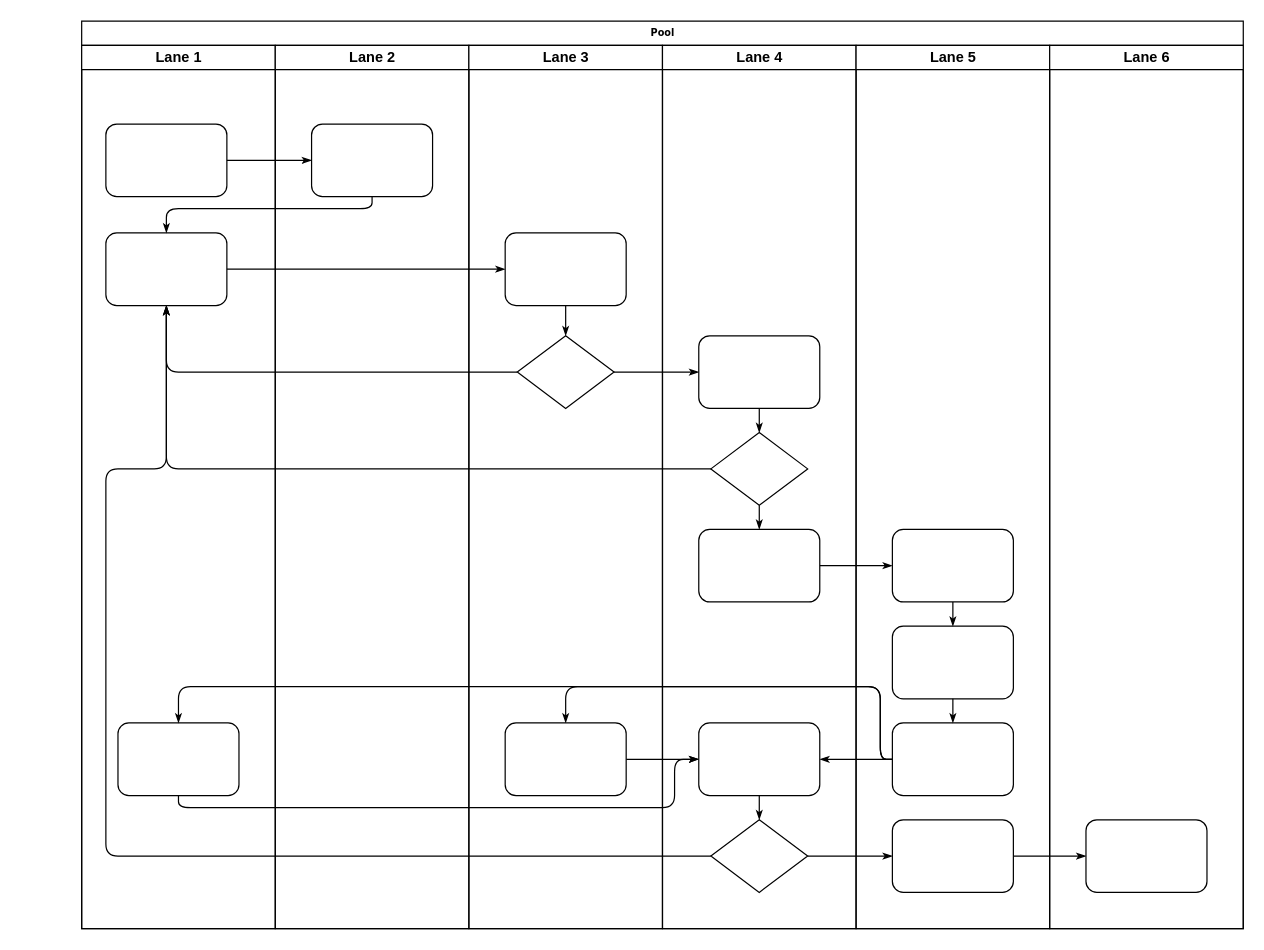
Above: BL.drawio in huangdamon/taobao_catch (draw.io), before the change. Source tidied: cells renumbered, new cells numbered last; positions are measured from the earlier drawing's top-left corner, leaving out a move shared by most shapes. Both pictures are drawn from the tidied source at 121%, with x=0, y=0 at pixel (81, 21).
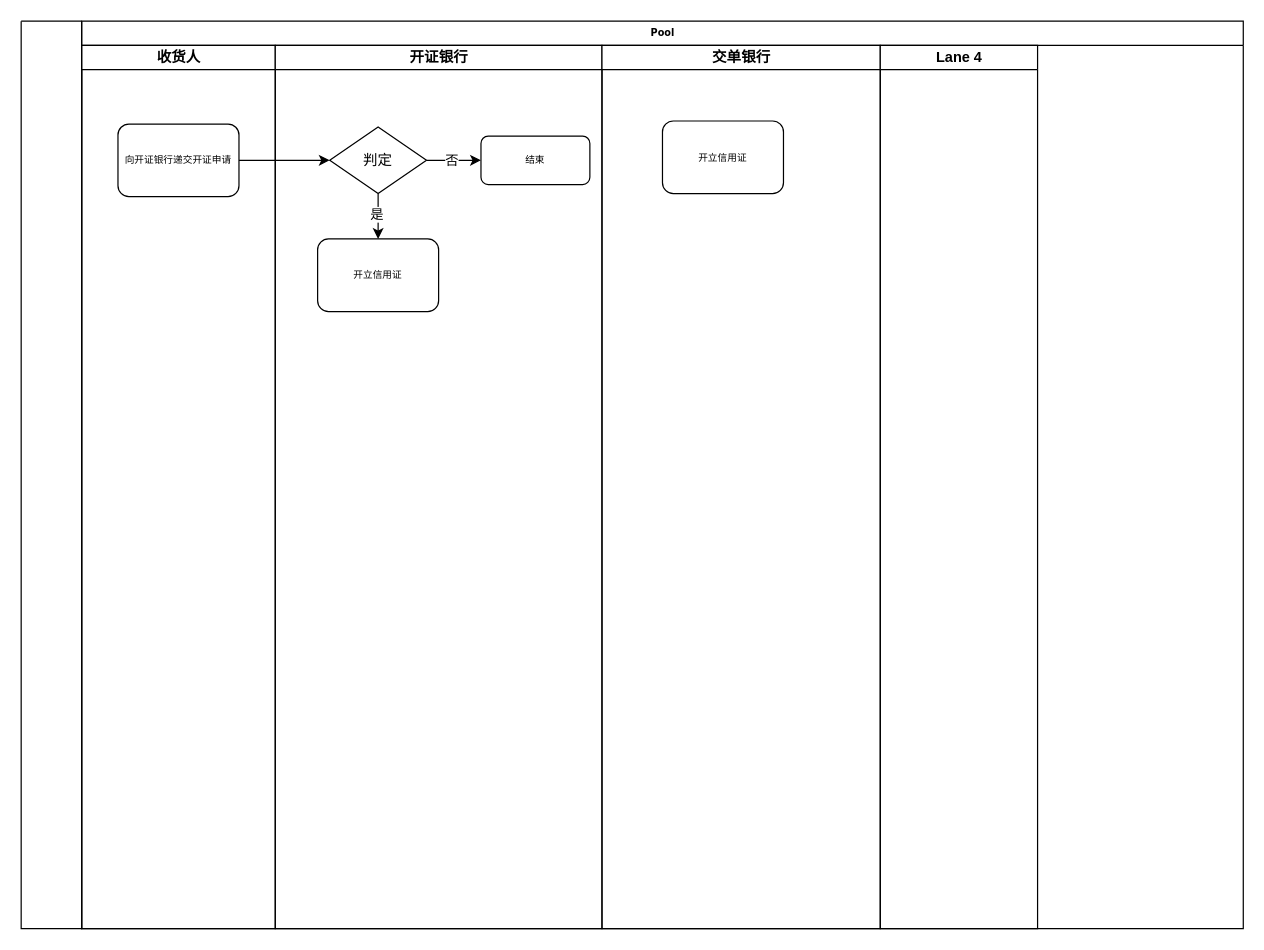
After the change.

Unchanged cells that the change refers to:
```xml
<mxCell id="2" value="Pool" style="swimlane;html=1;startSize=20;rounded=0;shadow=0;labelBackgroundColor=none;strokeWidth=1;fontFamily=Verdana;fontSize=8;align=center;" parent="1" vertex="1">
  <mxGeometry width="960" height="750" as="geometry" />
</mxCell>
```

The edit, as a diff of the source:
```diff
@@
-    <mxCell id="3" value="Lane 1" style="swimlane;html=1;startSize=20;" parent="2" vertex="1">
+    <mxCell id="3" value="收货人" style="swimlane;html=1;startSize=20;" parent="2" vertex="1">
       <mxGeometry y="20" width="160" height="730" as="geometry" />
     </mxCell>
-    <mxCell id="4" style="rounded=1;whiteSpace=wrap;html=1;shadow=0;labelBackgroundColor=none;strokeWidth=1;fontFamily=Verdana;fontSize=8;align=center;" parent="3" vertex="1">
-      <mxGeometry x="20" y="65" width="100" height="60" as="geometry" />
+    <mxCell id="4" value="向开证银行递交开证申请" style="rounded=1;whiteSpace=wrap;html=1;shadow=0;labelBackgroundColor=none;strokeWidth=1;fontFamily=Verdana;fontSize=8;align=center;" parent="3" vertex="1">
+      <mxGeometry x="30" y="65" width="100" height="60" as="geometry" />
     </mxCell>
-    <mxCell id="5" style="rounded=1;whiteSpace=wrap;html=1;shadow=0;labelBackgroundColor=none;strokeWidth=1;fontFamily=Verdana;fontSize=8;align=center;" parent="3" vertex="1">
-      <mxGeometry x="20" y="155" width="100" height="60" as="geometry" />
-    </mxCell>
-    <mxCell id="6" style="rounded=1;whiteSpace=wrap;html=1;shadow=0;labelBackgroundColor=none;strokeWidth=1;fontFamily=Verdana;fontSize=8;align=center;" parent="3" vertex="1">
-      <mxGeometry x="30" y="560" width="100" height="60" as="geometry" />
-    </mxCell>
-    <mxCell id="7" style="edgeStyle=orthogonalEdgeStyle;rounded=1;html=1;labelBackgroundColor=none;startArrow=none;startFill=0;startSize=5;endArrow=classicThin;endFill=1;endSize=5;jettySize=auto;strokeWidth=1;fontFamily=Verdana;fontSize=8;" parent="2" edge="1" source="4" target="23">
-      <mxGeometry relative="1" as="geometry" />
-    </mxCell>
-    <mxCell id="8" style="edgeStyle=orthogonalEdgeStyle;rounded=1;html=1;labelBackgroundColor=none;startArrow=none;startFill=0;startSize=5;endArrow=classicThin;endFill=1;endSize=5;jettySize=auto;strokeWidth=1;fontFamily=Verdana;fontSize=8;" parent="2" edge="1" source="23" target="5">
-      <mxGeometry relative="1" as="geometry">
-        <Array as="points">
-          <mxPoint x="240" y="155" />
-          <mxPoint x="70" y="155" />
-        </Array>
-      </mxGeometry>
-    </mxCell>
-    <mxCell id="9" style="edgeStyle=orthogonalEdgeStyle;rounded=1;html=1;labelBackgroundColor=none;startArrow=none;startFill=0;startSize=5;endArrow=classicThin;endFill=1;endSize=5;jettySize=auto;strokeWidth=1;fontFamily=Verdana;fontSize=8;" parent="2" edge="1" source="5" target="25">
-      <mxGeometry relative="1" as="geometry" />
-    </mxCell>
-    <mxCell id="10" style="edgeStyle=orthogonalEdgeStyle;rounded=1;html=1;labelBackgroundColor=none;startArrow=none;startFill=0;startSize=5;endArrow=classicThin;endFill=1;endSize=5;jettySize=auto;strokeWidth=1;fontFamily=Verdana;fontSize=8;" parent="2" edge="1" source="26" target="5">
-      <mxGeometry relative="1" as="geometry" />
-    </mxCell>
-    <mxCell id="11" style="edgeStyle=orthogonalEdgeStyle;rounded=1;html=1;labelBackgroundColor=none;startArrow=none;startFill=0;startSize=5;endArrow=classicThin;endFill=1;endSize=5;jettySize=auto;strokeWidth=1;fontFamily=Verdana;fontSize=8;" parent="2" edge="1" source="31" target="5">
-      <mxGeometry relative="1" as="geometry" />
-    </mxCell>
-    <mxCell id="12" style="edgeStyle=orthogonalEdgeStyle;rounded=1;html=1;labelBackgroundColor=none;startArrow=none;startFill=0;startSize=5;endArrow=classicThin;endFill=1;endSize=5;jettySize=auto;strokeWidth=1;fontFamily=Verdana;fontSize=8;" parent="2" edge="1" source="34" target="5">
-      <mxGeometry relative="1" as="geometry">
-        <Array as="points">
-          <mxPoint x="20" y="690" />
-          <mxPoint x="20" y="370" />
-          <mxPoint x="70" y="370" />
-        </Array>
-      </mxGeometry>
-    </mxCell>
-    <mxCell id="13" style="edgeStyle=orthogonalEdgeStyle;rounded=1;html=1;labelBackgroundColor=none;startArrow=none;startFill=0;startSize=5;endArrow=classicThin;endFill=1;endSize=5;jettySize=auto;strokeWidth=1;fontFamily=Verdana;fontSize=8;" parent="2" edge="1" source="26" target="30">
-      <mxGeometry relative="1" as="geometry" />
-    </mxCell>
-    <mxCell id="14" style="edgeStyle=orthogonalEdgeStyle;rounded=1;html=1;labelBackgroundColor=none;startArrow=none;startFill=0;startSize=5;endArrow=classicThin;endFill=1;endSize=5;jettySize=auto;strokeWidth=1;fontFamily=Verdana;fontSize=8;" parent="2" edge="1" source="34" target="42">
-      <mxGeometry relative="1" as="geometry" />
-    </mxCell>
-    <mxCell id="15" style="edgeStyle=orthogonalEdgeStyle;rounded=1;html=1;labelBackgroundColor=none;startArrow=none;startFill=0;startSize=5;endArrow=classicThin;endFill=1;endSize=5;jettySize=auto;strokeWidth=1;fontFamily=Verdana;fontSize=8;" parent="2" edge="1" source="42" target="46">
-      <mxGeometry relative="1" as="geometry" />
-    </mxCell>
-    <mxCell id="16" style="edgeStyle=orthogonalEdgeStyle;rounded=1;html=1;labelBackgroundColor=none;startArrow=none;startFill=0;startSize=5;endArrow=classicThin;endFill=1;endSize=5;jettySize=auto;strokeWidth=1;fontFamily=Verdana;fontSize=8;" parent="2" edge="1" source="32" target="39">
-      <mxGeometry relative="1" as="geometry" />
-    </mxCell>
-    <mxCell id="17" style="edgeStyle=orthogonalEdgeStyle;rounded=1;html=1;labelBackgroundColor=none;startArrow=none;startFill=0;startSize=5;endArrow=classicThin;endFill=1;endSize=5;jettySize=auto;strokeWidth=1;fontFamily=Verdana;fontSize=8;" parent="2" edge="1" source="41" target="27">
-      <mxGeometry relative="1" as="geometry">
-        <Array as="points">
-          <mxPoint x="660" y="610" />
-          <mxPoint x="660" y="550" />
-          <mxPoint x="400" y="550" />
-        </Array>
-      </mxGeometry>
-    </mxCell>
-    <mxCell id="18" style="edgeStyle=orthogonalEdgeStyle;rounded=1;html=1;labelBackgroundColor=none;startArrow=none;startFill=0;startSize=5;endArrow=classicThin;endFill=1;endSize=5;jettySize=auto;strokeColor=#000000;strokeWidth=1;fontFamily=Verdana;fontSize=8;fontColor=#000000;" parent="2" edge="1" source="41" target="33">
-      <mxGeometry relative="1" as="geometry" />
-    </mxCell>
-    <mxCell id="19" style="edgeStyle=orthogonalEdgeStyle;rounded=1;html=1;labelBackgroundColor=none;startArrow=none;startFill=0;startSize=5;endArrow=classicThin;endFill=1;endSize=5;jettySize=auto;strokeWidth=1;fontFamily=Verdana;fontSize=8;" parent="2" edge="1" source="41" target="6">
-      <mxGeometry relative="1" as="geometry">
-        <Array as="points">
-          <mxPoint x="660" y="610" />
-          <mxPoint x="660" y="550" />
-          <mxPoint x="80" y="550" />
-        </Array>
-      </mxGeometry>
-    </mxCell>
-    <mxCell id="20" style="edgeStyle=orthogonalEdgeStyle;rounded=1;html=1;labelBackgroundColor=none;startArrow=none;startFill=0;startSize=5;endArrow=classicThin;endFill=1;endSize=5;jettySize=auto;strokeWidth=1;fontFamily=Verdana;fontSize=8;" parent="2" edge="1" source="6" target="33">
-      <mxGeometry relative="1" as="geometry">
-        <Array as="points">
-          <mxPoint x="80" y="650" />
-          <mxPoint x="490" y="650" />
-          <mxPoint x="490" y="610" />
-        </Array>
-      </mxGeometry>
-    </mxCell>
-    <mxCell id="21" style="edgeStyle=orthogonalEdgeStyle;rounded=1;html=1;labelBackgroundColor=none;startArrow=none;startFill=0;startSize=5;endArrow=classicThin;endFill=1;endSize=5;jettySize=auto;strokeWidth=1;fontFamily=Verdana;fontSize=8;" parent="2" edge="1" source="27" target="33">
-      <mxGeometry relative="1" as="geometry" />
-    </mxCell>
-    <mxCell id="22" value="Lane 2" style="swimlane;html=1;startSize=20;" parent="2" vertex="1">
-      <mxGeometry x="160" y="20" width="160" height="730" as="geometry" />
+    <mxCell id="22" value="开证银行" style="swimlane;html=1;startSize=20;" parent="2" vertex="1">
+      <mxGeometry x="160" y="20" width="270" height="730" as="geometry" />
     </mxCell>
-    <mxCell id="23" style="rounded=1;whiteSpace=wrap;html=1;shadow=0;labelBackgroundColor=none;strokeWidth=1;fontFamily=Verdana;fontSize=8;align=center;" parent="22" vertex="1">
-      <mxGeometry x="30" y="65" width="100" height="60" as="geometry" />
-    </mxCell>
+    <mxCell id="47" style="edgeStyle=orthogonalEdgeStyle;rounded=0;jettySize=auto;html=1;exitX=1;exitY=0.5;exitDx=0;exitDy=0;entryX=0;entryY=0.5;entryDx=0;entryDy=0;" parent="22" edge="1" source="51" target="52">
+      <mxGeometry relative="1" as="geometry" />
+    </mxCell>
+    <mxCell id="48" value="否" style="edgeLabel;html=1;align=center;verticalAlign=middle;" parent="47" vertex="1">
+      <mxGeometry x="-0.11" y="1" relative="1" as="geometry" />
+    </mxCell>
+    <mxCell id="49" style="edgeStyle=orthogonalEdgeStyle;rounded=0;jettySize=auto;html=1;exitX=0.5;exitY=1;exitDx=0;exitDy=0;entryX=0.5;entryY=0;entryDx=0;entryDy=0;" parent="22" edge="1" source="51" target="53">
+      <mxGeometry relative="1" as="geometry" />
+    </mxCell>
+    <mxCell id="50" value="是" style="edgeLabel;html=1;align=center;verticalAlign=middle;" parent="49" vertex="1">
+      <mxGeometry x="-0.12" y="-2" relative="1" as="geometry" />
+    </mxCell>
+    <mxCell id="51" value="判定" style="rhombus;whiteSpace=wrap;html=1;" parent="22" vertex="1">
+      <mxGeometry x="45" y="67.5" width="80" height="55" as="geometry" />
+    </mxCell>
+    <mxCell id="52" value="结束" style="rounded=1;whiteSpace=wrap;html=1;shadow=0;labelBackgroundColor=none;strokeWidth=1;fontFamily=Verdana;fontSize=8;align=center;" parent="22" vertex="1">
+      <mxGeometry x="170" y="75" width="90" height="40" as="geometry" />
+    </mxCell>
+    <mxCell id="53" value="开立信用证" style="rounded=1;whiteSpace=wrap;html=1;shadow=0;labelBackgroundColor=none;strokeWidth=1;fontFamily=Verdana;fontSize=8;align=center;" parent="22" vertex="1">
+      <mxGeometry x="35" y="160" width="100" height="60" as="geometry" />
+    </mxCell>
-    <mxCell id="24" value="Lane 3" style="swimlane;html=1;startSize=20;" parent="2" vertex="1">
-      <mxGeometry x="320" y="20" width="160" height="730" as="geometry" />
+    <mxCell id="24" value="交单银行" style="swimlane;html=1;startSize=20;" parent="2" vertex="1">
+      <mxGeometry x="430" y="20" width="230" height="730" as="geometry" />
     </mxCell>
-    <mxCell id="25" style="rounded=1;whiteSpace=wrap;html=1;shadow=0;labelBackgroundColor=none;strokeWidth=1;fontFamily=Verdana;fontSize=8;align=center;" parent="24" vertex="1">
-      <mxGeometry x="30" y="155" width="100" height="60" as="geometry" />
-    </mxCell>
-    <mxCell id="26" style="rhombus;whiteSpace=wrap;html=1;rounded=0;shadow=0;labelBackgroundColor=none;strokeWidth=1;fontFamily=Verdana;fontSize=8;align=center;" parent="24" vertex="1">
-      <mxGeometry x="40" y="240" width="80" height="60" as="geometry" />
-    </mxCell>
-    <mxCell id="27" style="rounded=1;whiteSpace=wrap;html=1;shadow=0;labelBackgroundColor=none;strokeWidth=1;fontFamily=Verdana;fontSize=8;align=center;" parent="24" vertex="1">
-      <mxGeometry x="30" y="560" width="100" height="60" as="geometry" />
-    </mxCell>
-    <mxCell id="28" style="edgeStyle=orthogonalEdgeStyle;rounded=1;html=1;labelBackgroundColor=none;startArrow=none;startFill=0;startSize=5;endArrow=classicThin;endFill=1;endSize=5;jettySize=auto;strokeWidth=1;fontFamily=Verdana;fontSize=8;" parent="24" edge="1" source="25" target="26">
-      <mxGeometry relative="1" as="geometry" />
-    </mxCell>
+    <mxCell id="54" value="开立信用证" style="rounded=1;whiteSpace=wrap;html=1;shadow=0;labelBackgroundColor=none;strokeWidth=1;fontFamily=Verdana;fontSize=8;align=center;" parent="24" vertex="1">
+      <mxGeometry x="50" y="62.5" width="100" height="60" as="geometry" />
+    </mxCell>
+    <mxCell id="55" style="edgeStyle=orthogonalEdgeStyle;rounded=0;jettySize=auto;html=1;exitX=1;exitY=0.5;exitDx=0;exitDy=0;" parent="2" edge="1" source="4" target="51">
+      <mxGeometry relative="1" as="geometry" />
+    </mxCell>
     <mxCell id="29" value="Lane 4" style="swimlane;html=1;startSize=20;" parent="2" vertex="1">
-      <mxGeometry x="480" y="20" width="160" height="730" as="geometry" />
+      <mxGeometry x="660" y="20" width="130" height="730" as="geometry" />
     </mxCell>
-    <mxCell id="30" style="rounded=1;whiteSpace=wrap;html=1;shadow=0;labelBackgroundColor=none;strokeWidth=1;fontFamily=Verdana;fontSize=8;align=center;" parent="29" vertex="1">
-      <mxGeometry x="30" y="240" width="100" height="60" as="geometry" />
-    </mxCell>
-    <mxCell id="31" style="rhombus;whiteSpace=wrap;html=1;rounded=0;shadow=0;labelBackgroundColor=none;strokeWidth=1;fontFamily=Verdana;fontSize=8;align=center;" parent="29" vertex="1">
-      <mxGeometry x="40" y="320" width="80" height="60" as="geometry" />
-    </mxCell>
-    <mxCell id="32" style="rounded=1;whiteSpace=wrap;html=1;shadow=0;labelBackgroundColor=none;strokeWidth=1;fontFamily=Verdana;fontSize=8;align=center;" parent="29" vertex="1">
-      <mxGeometry x="30" y="400" width="100" height="60" as="geometry" />
-    </mxCell>
-    <mxCell id="33" style="rounded=1;whiteSpace=wrap;html=1;shadow=0;labelBackgroundColor=none;strokeWidth=1;fontFamily=Verdana;fontSize=8;align=center;" parent="29" vertex="1">
-      <mxGeometry x="30" y="560" width="100" height="60" as="geometry" />
-    </mxCell>
-    <mxCell id="34" style="rhombus;whiteSpace=wrap;html=1;rounded=0;shadow=0;labelBackgroundColor=none;strokeWidth=1;fontFamily=Verdana;fontSize=8;align=center;" parent="29" vertex="1">
-      <mxGeometry x="40" y="640" width="80" height="60" as="geometry" />
-    </mxCell>
-    <mxCell id="35" style="edgeStyle=orthogonalEdgeStyle;rounded=1;html=1;labelBackgroundColor=none;startArrow=none;startFill=0;startSize=5;endArrow=classicThin;endFill=1;endSize=5;jettySize=auto;strokeColor=#000000;strokeWidth=1;fontFamily=Verdana;fontSize=8;fontColor=#000000;" parent="29" edge="1" source="30" target="31">
-      <mxGeometry relative="1" as="geometry" />
-    </mxCell>
-    <mxCell id="36" style="edgeStyle=orthogonalEdgeStyle;rounded=1;html=1;labelBackgroundColor=none;startArrow=none;startFill=0;startSize=5;endArrow=classicThin;endFill=1;endSize=5;jettySize=auto;strokeWidth=1;fontFamily=Verdana;fontSize=8;" parent="29" edge="1" source="31" target="32">
-      <mxGeometry relative="1" as="geometry" />
-    </mxCell>
-    <mxCell id="37" style="edgeStyle=orthogonalEdgeStyle;rounded=1;html=1;labelBackgroundColor=none;startArrow=none;startFill=0;startSize=5;endArrow=classicThin;endFill=1;endSize=5;jettySize=auto;strokeWidth=1;fontFamily=Verdana;fontSize=8;" parent="29" edge="1" source="33" target="34">
-      <mxGeometry relative="1" as="geometry" />
-    </mxCell>
-    <mxCell id="38" value="Lane 5" style="swimlane;html=1;startSize=20;" parent="2" vertex="1">
-      <mxGeometry x="640" y="20" width="160" height="730" as="geometry" />
-    </mxCell>
-    <mxCell id="39" style="rounded=1;whiteSpace=wrap;html=1;shadow=0;labelBackgroundColor=none;strokeWidth=1;fontFamily=Verdana;fontSize=8;align=center;" parent="38" vertex="1">
-      <mxGeometry x="30" y="400" width="100" height="60" as="geometry" />
-    </mxCell>
-    <mxCell id="40" style="rounded=1;whiteSpace=wrap;html=1;shadow=0;labelBackgroundColor=none;strokeWidth=1;fontFamily=Verdana;fontSize=8;align=center;" parent="38" vertex="1">
-      <mxGeometry x="30" y="480" width="100" height="60" as="geometry" />
-    </mxCell>
-    <mxCell id="41" style="rounded=1;whiteSpace=wrap;html=1;shadow=0;labelBackgroundColor=none;strokeWidth=1;fontFamily=Verdana;fontSize=8;align=center;" parent="38" vertex="1">
-      <mxGeometry x="30" y="560" width="100" height="60" as="geometry" />
-    </mxCell>
-    <mxCell id="42" style="rounded=1;whiteSpace=wrap;html=1;shadow=0;labelBackgroundColor=none;strokeWidth=1;fontFamily=Verdana;fontSize=8;align=center;" parent="38" vertex="1">
-      <mxGeometry x="30" y="640" width="100" height="60" as="geometry" />
-    </mxCell>
-    <mxCell id="43" style="edgeStyle=orthogonalEdgeStyle;rounded=1;html=1;labelBackgroundColor=none;startArrow=none;startFill=0;startSize=5;endArrow=classicThin;endFill=1;endSize=5;jettySize=auto;strokeWidth=1;fontFamily=Verdana;fontSize=8;" parent="38" edge="1" source="39" target="40">
-      <mxGeometry relative="1" as="geometry" />
-    </mxCell>
-    <mxCell id="44" style="edgeStyle=orthogonalEdgeStyle;rounded=1;html=1;labelBackgroundColor=none;startArrow=none;startFill=0;startSize=5;endArrow=classicThin;endFill=1;endSize=5;jettySize=auto;strokeWidth=1;fontFamily=Verdana;fontSize=8;" parent="38" edge="1" source="40" target="41">
-      <mxGeometry relative="1" as="geometry" />
-    </mxCell>
-    <mxCell id="45" value="Lane 6" style="swimlane;html=1;startSize=20;" parent="2" vertex="1">
-      <mxGeometry x="800" y="20" width="160" height="730" as="geometry" />
-    </mxCell>
-    <mxCell id="46" style="rounded=1;whiteSpace=wrap;html=1;shadow=0;labelBackgroundColor=none;strokeWidth=1;fontFamily=Verdana;fontSize=8;align=center;" parent="45" vertex="1">
-      <mxGeometry x="30" y="640" width="100" height="60" as="geometry" />
-    </mxCell>
+    <mxCell id="56" style="swimlane;startSize=0;" parent="1" vertex="1">
+      <mxGeometry x="-50" width="50" height="750" as="geometry" />
+    </mxCell>
```
